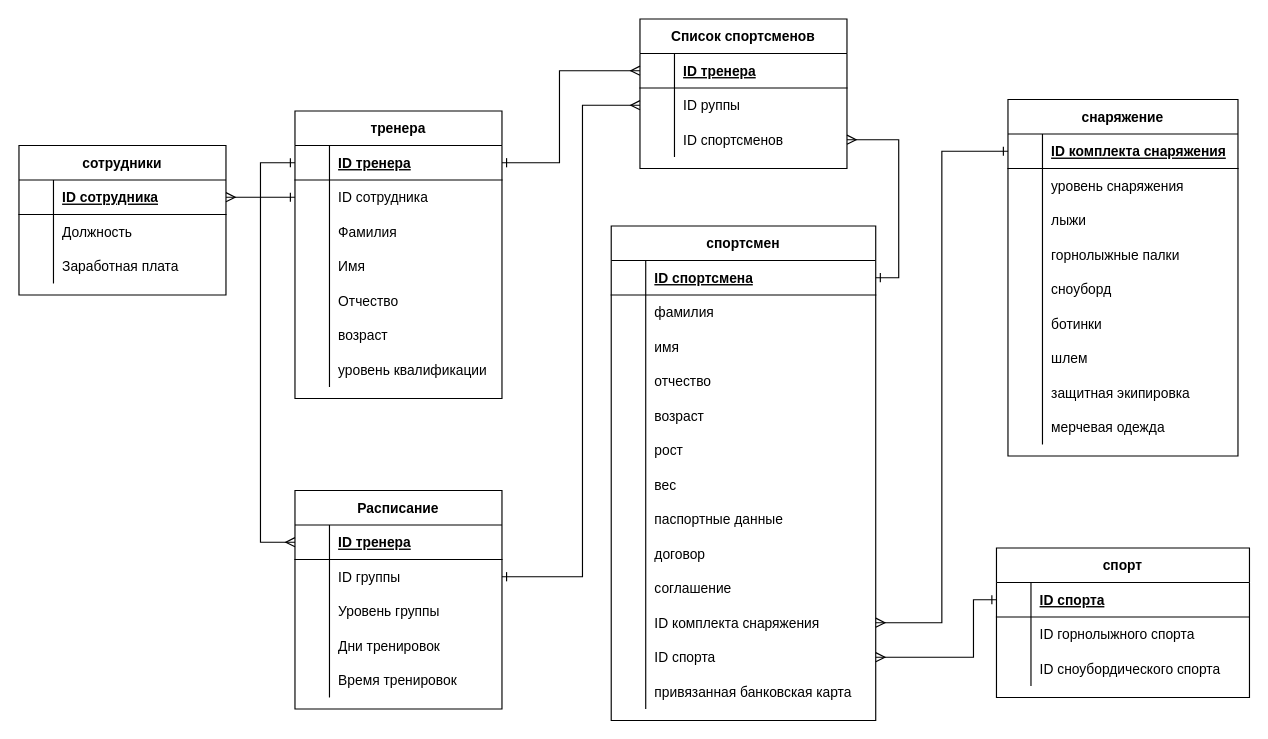
Earlier version of the draw.io diagram ERGorn.drawio (ZoiaKorotkova/ER). Source tidied: cells renumbered, new cells numbered last; positions are measured from the earlier drawing's top-left corner, leaving out a move shared by most shapes. Both pictures are drawn from the tidied source at 115%, with x=0, y=0 at pixel (18, 18).
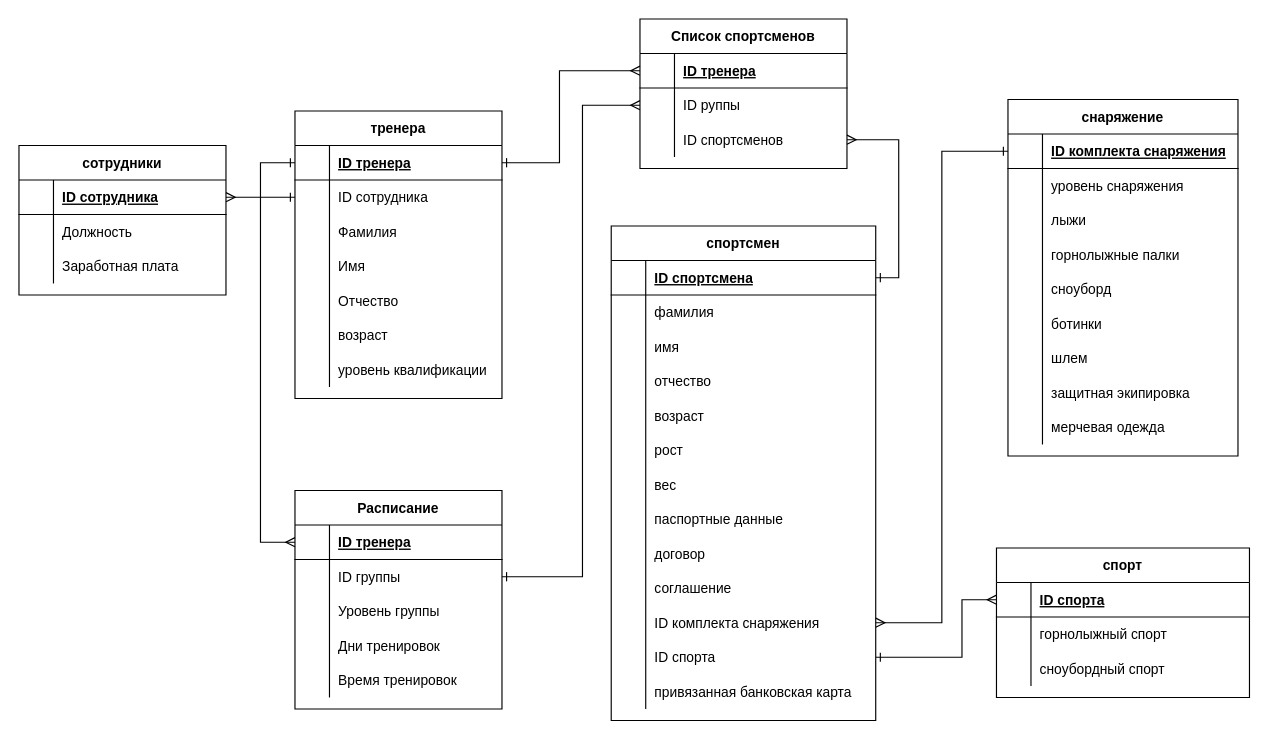
After the change.

Unchanged cells that the change refers to:
```xml
<mxCell id="36" style="shape=tableRow;horizontal=0;startSize=0;swimlaneHead=0;swimlaneBody=0;fillColor=none;points=[[0,0.5],[1,0.5]];portConstraint=eastwest;top=0;left=0;right=0;bottom=0;" parent="2" vertex="1">
  <mxGeometry y="360" width="230" height="30" as="geometry" />
</mxCell>
<mxCell id="65" style="shape=tableRow;horizontal=0;startSize=0;swimlaneHead=0;swimlaneBody=0;fillColor=none;points=[[0,0.5],[1,0.5]];portConstraint=eastwest;top=0;left=0;right=0;bottom=1;" parent="64" vertex="1">
  <mxGeometry y="30" width="220" height="30" as="geometry" />
</mxCell>
<mxCell id="68" style="shape=tableRow;horizontal=0;startSize=0;swimlaneHead=0;swimlaneBody=0;fillColor=none;top=0;left=0;right=0;bottom=0;" parent="64" vertex="1">
  <mxGeometry y="60" width="220" height="30" as="geometry" />
</mxCell>
<mxCell id="71" style="shape=tableRow;horizontal=0;startSize=0;swimlaneHead=0;swimlaneBody=0;fillColor=none;top=0;left=0;right=0;bottom=0;" parent="64" vertex="1">
  <mxGeometry y="90" width="220" height="30" as="geometry" />
</mxCell>
```

Change to the diagram source:
```diff
@@
-    <mxCell id="70" value="ID горнолыжного спорта" style="shape=partialRectangle;fillColor=none;top=0;left=0;bottom=0;right=0;align=left;spacingLeft=6;overflow=hidden;" parent="68" vertex="1">
+    <mxCell id="70" value="горнолыжный спорт" style="shape=partialRectangle;fillColor=none;top=0;left=0;bottom=0;right=0;align=left;spacingLeft=6;overflow=hidden;" parent="68" vertex="1">
       <mxGeometry x="30" width="190" height="30" as="geometry" />
     </mxCell>
@@
-    <mxCell id="73" value="ID сноубордического спорта" style="shape=partialRectangle;fillColor=none;top=0;left=0;bottom=0;right=0;align=left;spacingLeft=6;overflow=hidden;" parent="71" vertex="1">
+    <mxCell id="73" value="сноубордный спорт" style="shape=partialRectangle;fillColor=none;top=0;left=0;bottom=0;right=0;align=left;spacingLeft=6;overflow=hidden;" parent="71" vertex="1">
       <mxGeometry x="30" width="190" height="30" as="geometry" />
     </mxCell>
@@
-    <mxCell id="119" style="edgeStyle=orthogonalEdgeStyle;rounded=0;jettySize=auto;html=1;exitX=0;exitY=0.5;exitDx=0;exitDy=0;entryX=1;entryY=0.5;entryDx=0;entryDy=0;startArrow=ERone;startFill=0;endArrow=ERmany;endFill=0;" parent="1" edge="1" source="65" target="36">
-      <mxGeometry relative="1" as="geometry">
-        <Array as="points">
-          <mxPoint x="830" y="505" />
-          <mxPoint x="830" y="555" />
-        </Array>
-      </mxGeometry>
-    </mxCell>
@@
+    <mxCell id="145" style="edgeStyle=orthogonalEdgeStyle;rounded=0;jettySize=auto;html=1;exitX=1;exitY=0.5;exitDx=0;exitDy=0;startArrow=ERone;startFill=0;endArrow=ERmany;endFill=0;" parent="1" edge="1" source="36" target="65">
+      <mxGeometry relative="1" as="geometry">
+        <Array as="points">
+          <mxPoint x="820" y="555" />
+          <mxPoint x="820" y="505" />
+        </Array>
+      </mxGeometry>
+    </mxCell>
```
